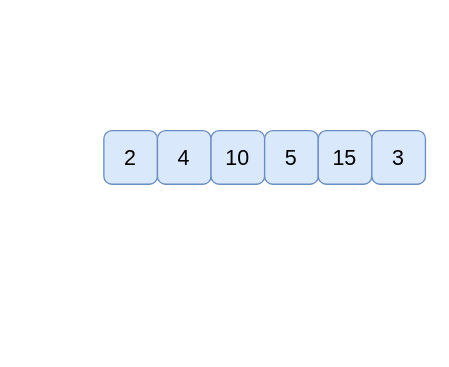
Above: src/array/assets/array-layout.drawio in XuShaohua/TheAlgorithms (draw.io), before the change. Source tidied: cells renumbered, new cells numbered last; positions are measured from the earlier drawing's top-left corner, leaving out a move shared by most shapes. Both pictures are drawn from the tidied source at 134%, with x=0, y=0 at pixel (103, 130).
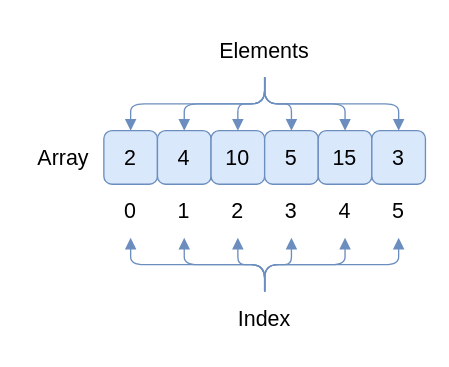
The same diagram, later.

Commit message (it also covers changes not shown here):
array: Update index

Unchanged cells that the change refers to:
```xml
<mxCell id="2" value="2" style="rounded=1;whiteSpace=wrap;html=1;shadow=0;strokeColor=#6c8ebf;strokeWidth=1;fontFamily=Ubuntu;fontSize=16;fontStyle=0;fillColor=#dae8fc;" parent="1" vertex="1">
  <mxGeometry width="40" height="40" as="geometry" />
</mxCell>
<mxCell id="3" value="4" style="rounded=1;whiteSpace=wrap;html=1;shadow=0;strokeColor=#6c8ebf;strokeWidth=1;fontFamily=Ubuntu;fontSize=16;fontStyle=0;fillColor=#dae8fc;" parent="1" vertex="1">
  <mxGeometry x="40" width="40" height="40" as="geometry" />
</mxCell>
<mxCell id="4" value="10" style="rounded=1;whiteSpace=wrap;html=1;shadow=0;strokeColor=#6c8ebf;strokeWidth=1;fontFamily=Ubuntu;fontSize=16;fontStyle=0;fillColor=#dae8fc;" parent="1" vertex="1">
  <mxGeometry x="80" width="40" height="40" as="geometry" />
</mxCell>
<mxCell id="5" value="5" style="rounded=1;whiteSpace=wrap;html=1;shadow=0;strokeColor=#6c8ebf;strokeWidth=1;fontFamily=Ubuntu;fontSize=16;fontStyle=0;fillColor=#dae8fc;" parent="1" vertex="1">
  <mxGeometry x="120" width="40" height="40" as="geometry" />
</mxCell>
<mxCell id="6" value="15" style="rounded=1;whiteSpace=wrap;html=1;shadow=0;strokeColor=#6c8ebf;strokeWidth=1;fontFamily=Ubuntu;fontSize=16;fontStyle=0;fillColor=#dae8fc;" parent="1" vertex="1">
  <mxGeometry x="160" width="40" height="40" as="geometry" />
</mxCell>
<mxCell id="7" value="3" style="rounded=1;whiteSpace=wrap;html=1;shadow=0;strokeColor=#6c8ebf;strokeWidth=1;fontFamily=Ubuntu;fontSize=16;fontStyle=0;fillColor=#dae8fc;" parent="1" vertex="1">
  <mxGeometry x="200" width="40" height="40" as="geometry" />
</mxCell>
```

Change to the diagram source:
```diff
@@
+    <mxCell id="8" value="0" style="text;html=1;align=center;verticalAlign=middle;whiteSpace=wrap;rounded=0;fontFamily=Ubuntu;fontSize=16;fontStyle=0;" parent="1" vertex="1">
+      <mxGeometry y="40" width="40" height="40" as="geometry" />
+    </mxCell>
+    <mxCell id="9" value="1" style="text;html=1;align=center;verticalAlign=middle;whiteSpace=wrap;rounded=0;fontFamily=Ubuntu;fontSize=16;fontStyle=0;" parent="1" vertex="1">
+      <mxGeometry x="40" y="40" width="40" height="40" as="geometry" />
+    </mxCell>
+    <mxCell id="10" value="2" style="text;html=1;align=center;verticalAlign=middle;whiteSpace=wrap;rounded=0;fontFamily=Ubuntu;fontSize=16;fontStyle=0;" parent="1" vertex="1">
+      <mxGeometry x="80" y="40" width="40" height="40" as="geometry" />
+    </mxCell>
+    <mxCell id="11" value="3" style="text;html=1;align=center;verticalAlign=middle;whiteSpace=wrap;rounded=0;fontFamily=Ubuntu;fontSize=16;fontStyle=0;" parent="1" vertex="1">
+      <mxGeometry x="120" y="40" width="40" height="40" as="geometry" />
+    </mxCell>
+    <mxCell id="12" value="4" style="text;html=1;align=center;verticalAlign=middle;whiteSpace=wrap;rounded=0;fontFamily=Ubuntu;fontSize=16;fontStyle=0;" parent="1" vertex="1">
+      <mxGeometry x="160" y="40" width="40" height="40" as="geometry" />
+    </mxCell>
+    <mxCell id="13" value="5" style="text;html=1;align=center;verticalAlign=middle;whiteSpace=wrap;rounded=0;fontFamily=Ubuntu;fontSize=16;fontStyle=0;" parent="1" vertex="1">
+      <mxGeometry x="200" y="40" width="40" height="40" as="geometry" />
+    </mxCell>
+    <mxCell id="14" style="edgeStyle=orthogonalEdgeStyle;rounded=1;jettySize=auto;html=1;shadow=0;strokeColor=#6c8ebf;strokeWidth=1;fontFamily=Ubuntu;fontSize=14;fontStyle=0;endArrow=block;endFill=1;fillColor=#dae8fc;" parent="1" edge="1" source="20" target="10">
+      <mxGeometry relative="1" as="geometry" />
+    </mxCell>
+    <mxCell id="15" style="edgeStyle=orthogonalEdgeStyle;rounded=1;jettySize=auto;html=1;entryX=0.5;entryY=1;entryDx=0;entryDy=0;shadow=0;strokeColor=#6c8ebf;strokeWidth=1;fontFamily=Ubuntu;fontSize=14;fontStyle=0;endArrow=block;endFill=1;fillColor=#dae8fc;" parent="1" edge="1" source="20" target="11">
+      <mxGeometry relative="1" as="geometry" />
+    </mxCell>
+    <mxCell id="16" style="edgeStyle=orthogonalEdgeStyle;rounded=1;jettySize=auto;html=1;entryX=0.5;entryY=1;entryDx=0;entryDy=0;shadow=0;strokeColor=#6c8ebf;strokeWidth=1;fontFamily=Ubuntu;fontSize=14;fontStyle=0;endArrow=block;endFill=1;fillColor=#dae8fc;" parent="1" edge="1" source="20" target="12">
+      <mxGeometry relative="1" as="geometry" />
+    </mxCell>
+    <mxCell id="17" style="edgeStyle=orthogonalEdgeStyle;rounded=1;jettySize=auto;html=1;entryX=0.5;entryY=1;entryDx=0;entryDy=0;shadow=0;strokeColor=#6c8ebf;strokeWidth=1;fontFamily=Ubuntu;fontSize=14;fontStyle=0;endArrow=block;endFill=1;fillColor=#dae8fc;" parent="1" edge="1" source="20" target="9">
+      <mxGeometry relative="1" as="geometry" />
+    </mxCell>
+    <mxCell id="18" style="edgeStyle=orthogonalEdgeStyle;rounded=1;jettySize=auto;html=1;entryX=0.5;entryY=1;entryDx=0;entryDy=0;shadow=0;strokeColor=#6c8ebf;strokeWidth=1;fontFamily=Ubuntu;fontSize=14;fontStyle=0;endArrow=block;endFill=1;fillColor=#dae8fc;exitX=0.5;exitY=0;exitDx=0;exitDy=0;" parent="1" edge="1" source="20" target="8">
+      <mxGeometry relative="1" as="geometry" />
+    </mxCell>
+    <mxCell id="19" style="edgeStyle=orthogonalEdgeStyle;rounded=1;jettySize=auto;html=1;entryX=0.5;entryY=1;entryDx=0;entryDy=0;shadow=0;strokeColor=#6c8ebf;strokeWidth=1;fontFamily=Ubuntu;fontSize=14;fontStyle=0;endArrow=block;endFill=1;fillColor=#dae8fc;exitX=0.5;exitY=0;exitDx=0;exitDy=0;" parent="1" edge="1" source="20" target="13">
+      <mxGeometry relative="1" as="geometry" />
+    </mxCell>
+    <mxCell id="20" value="Index" style="text;html=1;align=center;verticalAlign=middle;whiteSpace=wrap;rounded=0;fontFamily=Ubuntu;fontSize=16;fontStyle=0;" parent="1" vertex="1">
+      <mxGeometry x="80" y="120" width="80" height="40" as="geometry" />
+    </mxCell>
+    <mxCell id="21" value="Array" style="text;html=1;align=center;verticalAlign=middle;whiteSpace=wrap;rounded=0;fontFamily=Ubuntu;fontSize=16;fontStyle=0;" parent="1" vertex="1">
+      <mxGeometry x="-60" width="60" height="40" as="geometry" />
+    </mxCell>
+    <mxCell id="22" style="edgeStyle=orthogonalEdgeStyle;rounded=1;jettySize=auto;html=1;entryX=0.5;entryY=0;entryDx=0;entryDy=0;shadow=0;strokeColor=#6c8ebf;strokeWidth=1;fontFamily=Ubuntu;fontSize=14;fontStyle=0;endArrow=block;endFill=1;fillColor=#dae8fc;exitX=0.5;exitY=1;exitDx=0;exitDy=0;" parent="1" edge="1" source="28" target="2">
+      <mxGeometry relative="1" as="geometry" />
+    </mxCell>
+    <mxCell id="23" style="edgeStyle=orthogonalEdgeStyle;rounded=1;jettySize=auto;html=1;entryX=0.5;entryY=0;entryDx=0;entryDy=0;shadow=0;strokeColor=#6c8ebf;strokeWidth=1;fontFamily=Ubuntu;fontSize=14;fontStyle=0;endArrow=block;endFill=1;fillColor=#dae8fc;" parent="1" edge="1" source="28" target="3">
+      <mxGeometry relative="1" as="geometry" />
+    </mxCell>
+    <mxCell id="24" style="edgeStyle=orthogonalEdgeStyle;rounded=1;jettySize=auto;html=1;entryX=0.5;entryY=0;entryDx=0;entryDy=0;shadow=0;strokeColor=#6c8ebf;strokeWidth=1;fontFamily=Ubuntu;fontSize=14;fontStyle=0;endArrow=block;endFill=1;fillColor=#dae8fc;" parent="1" edge="1" source="28" target="4">
+      <mxGeometry relative="1" as="geometry" />
+    </mxCell>
+    <mxCell id="25" style="edgeStyle=orthogonalEdgeStyle;rounded=1;jettySize=auto;html=1;entryX=0.5;entryY=0;entryDx=0;entryDy=0;shadow=0;strokeColor=#6c8ebf;strokeWidth=1;fontFamily=Ubuntu;fontSize=14;fontStyle=0;endArrow=block;endFill=1;fillColor=#dae8fc;" parent="1" edge="1" source="28" target="5">
+      <mxGeometry relative="1" as="geometry" />
+    </mxCell>
+    <mxCell id="26" style="edgeStyle=orthogonalEdgeStyle;rounded=1;jettySize=auto;html=1;entryX=0.5;entryY=0;entryDx=0;entryDy=0;shadow=0;strokeColor=#6c8ebf;strokeWidth=1;fontFamily=Ubuntu;fontSize=14;fontStyle=0;endArrow=block;endFill=1;fillColor=#dae8fc;exitX=0.5;exitY=1;exitDx=0;exitDy=0;" parent="1" edge="1" source="28" target="6">
+      <mxGeometry relative="1" as="geometry" />
+    </mxCell>
+    <mxCell id="27" style="edgeStyle=orthogonalEdgeStyle;rounded=1;jettySize=auto;html=1;entryX=0.5;entryY=0;entryDx=0;entryDy=0;shadow=0;strokeColor=#6c8ebf;strokeWidth=1;fontFamily=Ubuntu;fontSize=14;fontStyle=0;endArrow=block;endFill=1;fillColor=#dae8fc;exitX=0.5;exitY=1;exitDx=0;exitDy=0;" parent="1" edge="1" source="28" target="7">
+      <mxGeometry relative="1" as="geometry" />
+    </mxCell>
+    <mxCell id="28" value="Elements" style="text;html=1;align=center;verticalAlign=middle;whiteSpace=wrap;rounded=0;fontFamily=Ubuntu;fontSize=16;fontStyle=0;" parent="1" vertex="1">
+      <mxGeometry x="80" y="-80" width="80" height="40" as="geometry" />
+    </mxCell>
```
